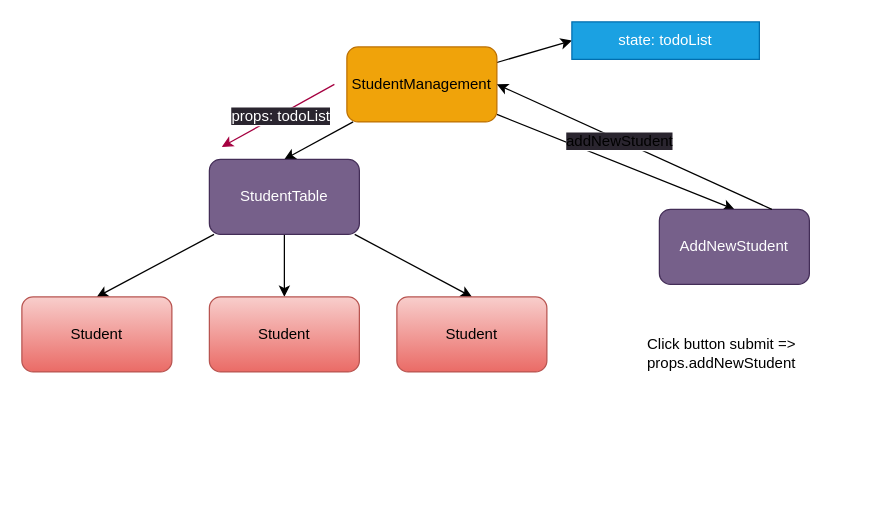
This is lesson05-form-state-events/ComponentTree.drawio from HungTrinhIT/MindX-CIJS-85, a draw.io file, before an edit. Source tidied: cells renumbered, new cells numbered last; positions are measured from the earlier drawing's top-left corner, leaving out a move shared by most shapes. Both pictures are drawn from the tidied source at 125%, with x=0, y=0 at pixel (21, 21).
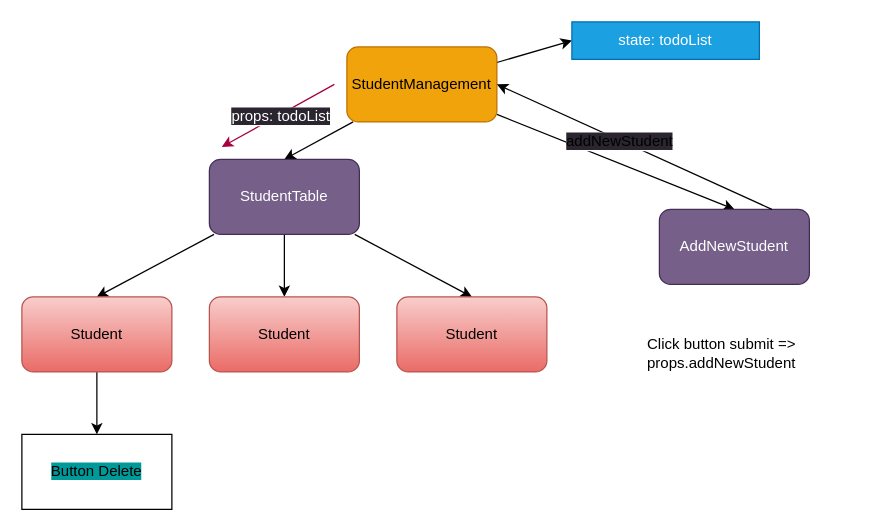
After the change.

Unchanged cells that the change refers to:
```xml
<mxCell id="10" value="Student" style="rounded=1;whiteSpace=wrap;html=1;fillColor=#f8cecc;strokeColor=#b85450;gradientColor=#ea6b66;" parent="1" vertex="1">
  <mxGeometry y="220" width="120" height="60" as="geometry" />
</mxCell>
```

Diff of the diagram source:
```diff
@@
+    <mxCell id="20" style="edgeStyle=none;html=1;entryX=0.5;entryY=0;entryDx=0;entryDy=0;" parent="1" edge="1" source="10" target="21">
+      <mxGeometry relative="1" as="geometry" />
+    </mxCell>
@@
+    <mxCell id="21" value="&lt;span style=&quot;background-color: rgb(0, 153, 153);&quot;&gt;Button Delete&lt;/span&gt;" style="rounded=0;whiteSpace=wrap;html=1;" parent="1" vertex="1">
+      <mxGeometry y="330" width="120" height="60" as="geometry" />
+    </mxCell>
```
